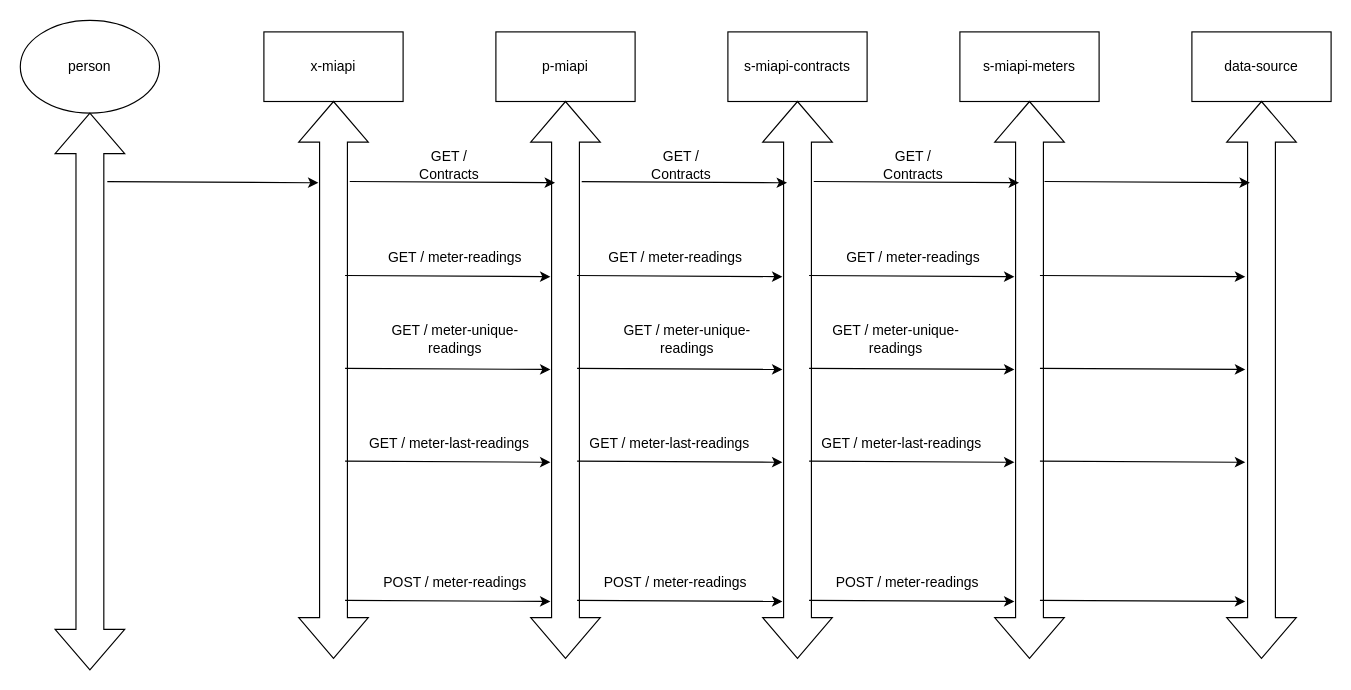
This is Untitled Diagram.drawio from lennyjuma/demo, a draw.io file, before an edit. Source tidied: cells renumbered, new cells numbered last; positions are measured from the earlier drawing's top-left corner, leaving out a move shared by most shapes. Both pictures are drawn from the tidied source at 116%, with x=0, y=0 at pixel (-189, 20).
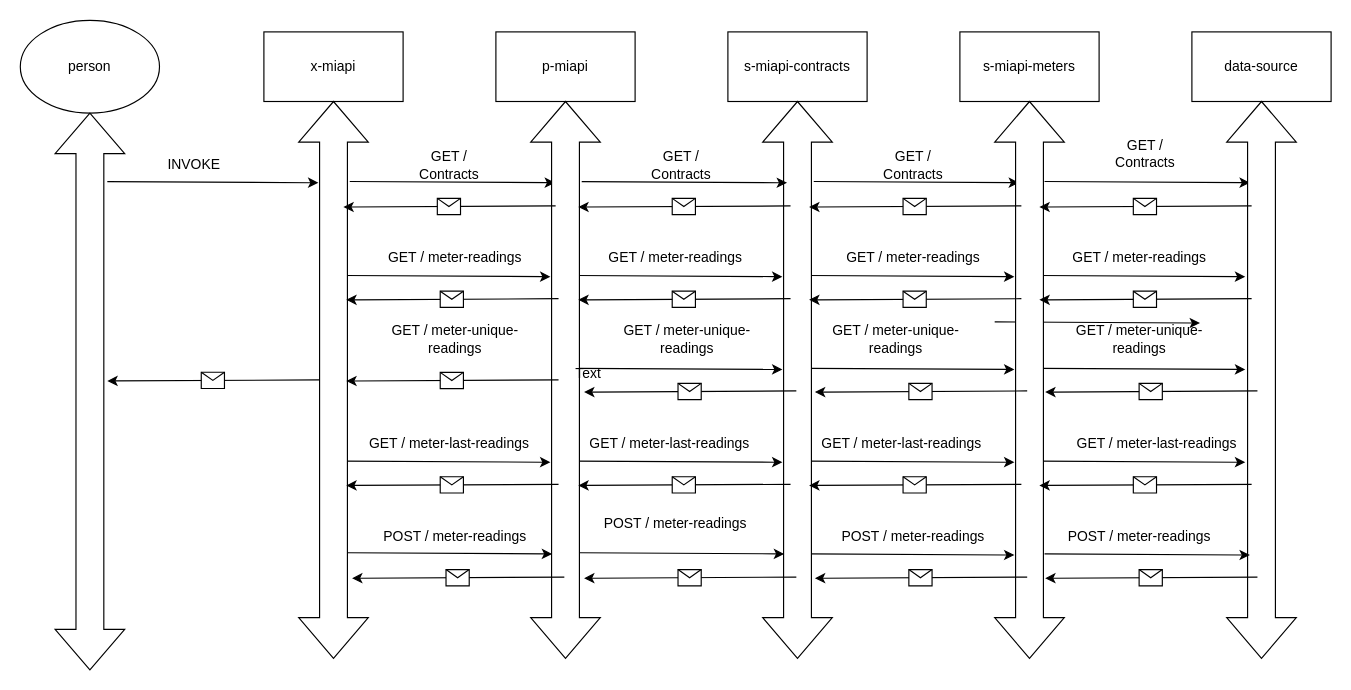
The same diagram, later.

Change to the diagram source:
```diff
@@
-    <mxCell id="5" style="html=1;shadow=0;dashed=0;align=center;verticalAlign=middle;shape=mxgraph.arrows2.twoWayArrow;dy=0.6;dx=35;rotation=-90;" parent="1" vertex="1">
-      <mxGeometry x="210" y="280" width="480" height="60" as="geometry" />
-    </mxCell>
-    <mxCell id="6" style="html=1;shadow=0;dashed=0;align=center;verticalAlign=middle;shape=mxgraph.arrows2.twoWayArrow;dy=0.6;dx=35;rotation=-90;" parent="1" vertex="1">
-      <mxGeometry y="290" width="480" height="60" as="geometry" />
-    </mxCell>
@@
-    <mxCell id="8" style="html=1;shadow=0;dashed=0;align=center;verticalAlign=middle;shape=mxgraph.arrows2.twoWayArrow;dy=0.6;dx=35;rotation=-90;" parent="1" vertex="1">
-      <mxGeometry x="810" y="280" width="480" height="60" as="geometry" />
-    </mxCell>
@@
-    <mxCell id="10" style="html=1;shadow=0;dashed=0;align=center;verticalAlign=middle;shape=mxgraph.arrows2.twoWayArrow;dy=0.6;dx=35;rotation=-90;" parent="1" vertex="1">
-      <mxGeometry x="610" y="280" width="480" height="60" as="geometry" />
-    </mxCell>
@@
-    <mxCell id="12" style="html=1;shadow=0;dashed=0;align=center;verticalAlign=middle;shape=mxgraph.arrows2.twoWayArrow;dy=0.6;dx=35;rotation=-90;" parent="1" vertex="1">
-      <mxGeometry x="410" y="280" width="480" height="60" as="geometry" />
-    </mxCell>
-    <mxCell id="13" style="html=1;shadow=0;dashed=0;align=center;verticalAlign=middle;shape=mxgraph.arrows2.twoWayArrow;dy=0.6;dx=35;rotation=-90;" parent="1" vertex="1">
-      <mxGeometry x="1010" y="280" width="480" height="60" as="geometry" />
-    </mxCell>
-    <mxCell id="14" style="endArrow=classic;html=1;rounded=0;exitX=0.877;exitY=0.75;exitDx=0;exitDy=0;exitPerimeter=0;entryX=0.854;entryY=0.283;entryDx=0;entryDy=0;entryPerimeter=0;" parent="1" edge="1" source="6" target="5">
-      <mxGeometry relative="1" as="geometry" />
-    </mxCell>
-    <mxCell id="15" style="endArrow=classic;html=1;rounded=0;entryX=0.854;entryY=0.35;entryDx=0;entryDy=0;entryPerimeter=0;exitX=0.856;exitY=0.733;exitDx=0;exitDy=0;exitPerimeter=0;" parent="1" edge="1" source="12" target="10">
-      <mxGeometry relative="1" as="geometry" />
-    </mxCell>
     <mxCell id="16" style="endArrow=classic;html=1;rounded=0;entryX=0.854;entryY=0.35;entryDx=0;entryDy=0;entryPerimeter=0;exitX=0.856;exitY=0.733;exitDx=0;exitDy=0;exitPerimeter=0;" parent="1" edge="1">
       <mxGeometry relative="1" as="geometry">
-        <mxPoint x="660" y="500" as="sourcePoint" />
-        <mxPoint x="837" y="501" as="targetPoint" />
+        <mxPoint x="661.5" y="459" as="sourcePoint" />
+        <mxPoint x="838.5" y="460" as="targetPoint" />
       </mxGeometry>
     </mxCell>
@@
     <mxCell id="21" style="endArrow=classic;html=1;rounded=0;entryX=0.854;entryY=0.35;entryDx=0;entryDy=0;entryPerimeter=0;exitX=0.856;exitY=0.733;exitDx=0;exitDy=0;exitPerimeter=0;" parent="1" edge="1">
       <mxGeometry relative="1" as="geometry">
-        <mxPoint x="860" y="500" as="sourcePoint" />
-        <mxPoint x="1037" y="501" as="targetPoint" />
+        <mxPoint x="860" y="460" as="sourcePoint" />
+        <mxPoint x="1037" y="461" as="targetPoint" />
       </mxGeometry>
     </mxCell>
@@
-    <mxCell id="26" style="endArrow=classic;html=1;rounded=0;entryX=0.854;entryY=0.35;entryDx=0;entryDy=0;entryPerimeter=0;exitX=0.856;exitY=0.733;exitDx=0;exitDy=0;exitPerimeter=0;" parent="1" edge="1">
-      <mxGeometry relative="1" as="geometry">
-        <mxPoint x="1059" y="500" as="sourcePoint" />
-        <mxPoint x="1236" y="501" as="targetPoint" />
-      </mxGeometry>
-    </mxCell>
@@
     <mxCell id="31" style="endArrow=classic;html=1;rounded=0;entryX=0.854;entryY=0.35;entryDx=0;entryDy=0;entryPerimeter=0;exitX=0.856;exitY=0.733;exitDx=0;exitDy=0;exitPerimeter=0;" parent="1" edge="1">
       <mxGeometry relative="1" as="geometry">
-        <mxPoint x="460" y="500" as="sourcePoint" />
-        <mxPoint x="637" y="501" as="targetPoint" />
+        <mxPoint x="461.5" y="459" as="sourcePoint" />
+        <mxPoint x="638.5" y="460" as="targetPoint" />
       </mxGeometry>
     </mxCell>
@@
     <mxCell id="33" style="endArrow=classic;html=1;rounded=0;entryX=0.854;entryY=0.35;entryDx=0;entryDy=0;entryPerimeter=0;exitX=0.856;exitY=0.733;exitDx=0;exitDy=0;exitPerimeter=0;" parent="1" edge="1">
       <mxGeometry relative="1" as="geometry">
-        <mxPoint x="460" y="300" as="sourcePoint" />
-        <mxPoint x="637" y="301" as="targetPoint" />
+        <mxPoint x="1020" y="260" as="sourcePoint" />
+        <mxPoint x="1197" y="261" as="targetPoint" />
       </mxGeometry>
     </mxCell>
@@
     <mxCell id="41" value="POST / meter-readings" style="text;html=1;strokeColor=none;fillColor=none;align=center;verticalAlign=middle;whiteSpace=wrap;rounded=0;" parent="1" vertex="1">
-      <mxGeometry x="490" y="470" width="130" height="30" as="geometry" />
+      <mxGeometry x="490" y="430" width="130" height="30" as="geometry" />
     </mxCell>
@@
     <mxCell id="48" value="POST / meter-readings" style="text;html=1;strokeColor=none;fillColor=none;align=center;verticalAlign=middle;whiteSpace=wrap;rounded=0;" parent="1" vertex="1">
-      <mxGeometry x="880" y="470" width="130" height="30" as="geometry" />
+      <mxGeometry x="885" y="430" width="130" height="30" as="geometry" />
     </mxCell>
     <mxCell id="49" value="POST / meter-readings" style="text;html=1;strokeColor=none;fillColor=none;align=center;verticalAlign=middle;whiteSpace=wrap;rounded=0;" parent="1" vertex="1">
-      <mxGeometry x="680" y="470" width="130" height="30" as="geometry" />
+      <mxGeometry x="680" y="419" width="130" height="30" as="geometry" />
     </mxCell>
+    <mxCell id="50" value="GET / Contracts" style="text;html=1;strokeColor=none;fillColor=none;align=center;verticalAlign=middle;whiteSpace=wrap;rounded=0;" parent="1" vertex="1">
+      <mxGeometry x="1120" y="100" width="60" height="30" as="geometry" />
+    </mxCell>
+    <mxCell id="51" value="GET / meter-readings" style="text;html=1;strokeColor=none;fillColor=none;align=center;verticalAlign=middle;whiteSpace=wrap;rounded=0;" parent="1" vertex="1">
+      <mxGeometry x="1080" y="190" width="130" height="30" as="geometry" />
+    </mxCell>
+    <mxCell id="52" value="GET / meter-unique-readings" style="text;html=1;strokeColor=none;fillColor=none;align=center;verticalAlign=middle;whiteSpace=wrap;rounded=0;" parent="1" vertex="1">
+      <mxGeometry x="1070" y="260" width="150" height="30" as="geometry" />
+    </mxCell>
+    <mxCell id="53" value="GET / meter-last-readings" style="text;html=1;strokeColor=none;fillColor=none;align=center;verticalAlign=middle;whiteSpace=wrap;rounded=0;" parent="1" vertex="1">
+      <mxGeometry x="1090" y="350" width="140" height="30" as="geometry" />
+    </mxCell>
+    <mxCell id="54" value="POST / meter-readings" style="text;html=1;strokeColor=none;fillColor=none;align=center;verticalAlign=middle;whiteSpace=wrap;rounded=0;" parent="1" vertex="1">
+      <mxGeometry x="1080" y="430" width="130" height="30" as="geometry" />
+    </mxCell>
+    <mxCell id="5" style="html=1;shadow=0;dashed=0;align=center;verticalAlign=middle;shape=mxgraph.arrows2.twoWayArrow;dy=0.6;dx=35;rotation=-90;" parent="1" vertex="1">
+      <mxGeometry x="210" y="280" width="480" height="60" as="geometry" />
+    </mxCell>
+    <mxCell id="6" style="html=1;shadow=0;dashed=0;align=center;verticalAlign=middle;shape=mxgraph.arrows2.twoWayArrow;dy=0.6;dx=35;rotation=-90;" parent="1" vertex="1">
+      <mxGeometry y="290" width="480" height="60" as="geometry" />
+    </mxCell>
+    <mxCell id="8" style="html=1;shadow=0;dashed=0;align=center;verticalAlign=middle;shape=mxgraph.arrows2.twoWayArrow;dy=0.6;dx=35;rotation=-90;" parent="1" vertex="1">
+      <mxGeometry x="810" y="280" width="480" height="60" as="geometry" />
+    </mxCell>
+    <mxCell id="10" style="html=1;shadow=0;dashed=0;align=center;verticalAlign=middle;shape=mxgraph.arrows2.twoWayArrow;dy=0.6;dx=35;rotation=-90;" parent="1" vertex="1">
+      <mxGeometry x="610" y="280" width="480" height="60" as="geometry" />
+    </mxCell>
+    <mxCell id="12" style="html=1;shadow=0;dashed=0;align=center;verticalAlign=middle;shape=mxgraph.arrows2.twoWayArrow;dy=0.6;dx=35;rotation=-90;" parent="1" vertex="1">
+      <mxGeometry x="410" y="280" width="480" height="60" as="geometry" />
+    </mxCell>
+    <mxCell id="13" style="html=1;shadow=0;dashed=0;align=center;verticalAlign=middle;shape=mxgraph.arrows2.twoWayArrow;dy=0.6;dx=35;rotation=-90;" parent="1" vertex="1">
+      <mxGeometry x="1010" y="280" width="480" height="60" as="geometry" />
+    </mxCell>
+    <mxCell id="14" style="endArrow=classic;html=1;rounded=0;exitX=0.877;exitY=0.75;exitDx=0;exitDy=0;exitPerimeter=0;entryX=0.854;entryY=0.283;entryDx=0;entryDy=0;entryPerimeter=0;" parent="1" edge="1" source="6" target="5">
+      <mxGeometry relative="1" as="geometry" />
+    </mxCell>
+    <mxCell id="55" style="endArrow=classic;html=1;rounded=0;exitX=0.5;exitY=0;exitDx=0;exitDy=18;exitPerimeter=0;entryX=0.519;entryY=0.75;entryDx=0;entryDy=0;entryPerimeter=0;" parent="1" edge="1" source="5" target="6">
+      <mxGeometry relative="1" as="geometry" />
+    </mxCell>
+    <mxCell id="56" style="shape=message;html=1;" parent="55" vertex="1">
+      <mxGeometry width="20" height="14" relative="1" as="geometry">
+        <mxPoint x="-10" y="-7" as="offset" />
+      </mxGeometry>
+    </mxCell>
+    <mxCell id="15" style="endArrow=classic;html=1;rounded=0;entryX=0.854;entryY=0.35;entryDx=0;entryDy=0;entryPerimeter=0;exitX=0.856;exitY=0.733;exitDx=0;exitDy=0;exitPerimeter=0;" parent="1" edge="1" source="12" target="10">
+      <mxGeometry relative="1" as="geometry" />
+    </mxCell>
+    <mxCell id="57" style="group;" parent="1" vertex="1">
+      <mxGeometry x="860" y="160" width="188" height="321" as="geometry" />
+    </mxCell>
+    <mxCell id="58" style="endArrow=classic;html=1;rounded=0;exitX=0.5;exitY=0;exitDx=0;exitDy=18;exitPerimeter=0;entryX=0.519;entryY=0.75;entryDx=0;entryDy=0;entryPerimeter=0;" parent="57" edge="1">
+      <mxGeometry relative="1" as="geometry">
+        <mxPoint x="183" as="sourcePoint" />
+        <mxPoint y="1" as="targetPoint" />
+      </mxGeometry>
+    </mxCell>
+    <mxCell id="59" style="shape=message;html=1;" parent="58" vertex="1">
+      <mxGeometry width="20" height="14" relative="1" as="geometry">
+        <mxPoint x="-10" y="-7" as="offset" />
+      </mxGeometry>
+    </mxCell>
+    <mxCell id="60" style="endArrow=classic;html=1;rounded=0;exitX=0.5;exitY=0;exitDx=0;exitDy=18;exitPerimeter=0;entryX=0.519;entryY=0.75;entryDx=0;entryDy=0;entryPerimeter=0;" parent="57" edge="1">
+      <mxGeometry relative="1" as="geometry">
+        <mxPoint x="183" y="80" as="sourcePoint" />
+        <mxPoint y="81" as="targetPoint" />
+      </mxGeometry>
+    </mxCell>
+    <mxCell id="61" style="shape=message;html=1;" parent="60" vertex="1">
+      <mxGeometry width="20" height="14" relative="1" as="geometry">
+        <mxPoint x="-10" y="-7" as="offset" />
+      </mxGeometry>
+    </mxCell>
+    <mxCell id="62" style="endArrow=classic;html=1;rounded=0;exitX=0.5;exitY=0;exitDx=0;exitDy=18;exitPerimeter=0;entryX=0.519;entryY=0.75;entryDx=0;entryDy=0;entryPerimeter=0;" parent="57" edge="1">
+      <mxGeometry relative="1" as="geometry">
+        <mxPoint x="183" y="240" as="sourcePoint" />
+        <mxPoint y="241" as="targetPoint" />
+      </mxGeometry>
+    </mxCell>
+    <mxCell id="63" style="shape=message;html=1;" parent="62" vertex="1">
+      <mxGeometry width="20" height="14" relative="1" as="geometry">
+        <mxPoint x="-10" y="-7" as="offset" />
+      </mxGeometry>
+    </mxCell>
+    <mxCell id="64" style="endArrow=classic;html=1;rounded=0;exitX=0.5;exitY=0;exitDx=0;exitDy=18;exitPerimeter=0;entryX=0.519;entryY=0.75;entryDx=0;entryDy=0;entryPerimeter=0;" parent="57" edge="1">
+      <mxGeometry relative="1" as="geometry">
+        <mxPoint x="188" y="159.5" as="sourcePoint" />
+        <mxPoint x="5" y="160.5" as="targetPoint" />
+      </mxGeometry>
+    </mxCell>
+    <mxCell id="65" style="shape=message;html=1;" parent="64" vertex="1">
+      <mxGeometry width="20" height="14" relative="1" as="geometry">
+        <mxPoint x="-10" y="-7" as="offset" />
+      </mxGeometry>
+    </mxCell>
+    <mxCell id="66" style="endArrow=classic;html=1;rounded=0;exitX=0.5;exitY=0;exitDx=0;exitDy=18;exitPerimeter=0;entryX=0.519;entryY=0.75;entryDx=0;entryDy=0;entryPerimeter=0;" parent="57" edge="1">
+      <mxGeometry relative="1" as="geometry">
+        <mxPoint x="188" y="320" as="sourcePoint" />
+        <mxPoint x="5" y="321" as="targetPoint" />
+      </mxGeometry>
+    </mxCell>
+    <mxCell id="67" style="shape=message;html=1;" parent="66" vertex="1">
+      <mxGeometry width="20" height="14" relative="1" as="geometry">
+        <mxPoint x="-10" y="-7" as="offset" />
+      </mxGeometry>
+    </mxCell>
+    <mxCell id="68" style="group;" parent="1" vertex="1">
+      <mxGeometry x="661" y="160" width="188" height="321" as="geometry" />
+    </mxCell>
+    <mxCell id="69" style="endArrow=classic;html=1;rounded=0;exitX=0.5;exitY=0;exitDx=0;exitDy=18;exitPerimeter=0;entryX=0.519;entryY=0.75;entryDx=0;entryDy=0;entryPerimeter=0;" parent="68" edge="1">
+      <mxGeometry relative="1" as="geometry">
+        <mxPoint x="183" as="sourcePoint" />
+        <mxPoint y="1" as="targetPoint" />
+      </mxGeometry>
+    </mxCell>
+    <mxCell id="70" style="shape=message;html=1;" parent="69" vertex="1">
+      <mxGeometry width="20" height="14" relative="1" as="geometry">
+        <mxPoint x="-10" y="-7" as="offset" />
+      </mxGeometry>
+    </mxCell>
+    <mxCell id="71" style="endArrow=classic;html=1;rounded=0;exitX=0.5;exitY=0;exitDx=0;exitDy=18;exitPerimeter=0;entryX=0.519;entryY=0.75;entryDx=0;entryDy=0;entryPerimeter=0;" parent="68" edge="1">
+      <mxGeometry relative="1" as="geometry">
+        <mxPoint x="183" y="80" as="sourcePoint" />
+        <mxPoint y="81" as="targetPoint" />
+      </mxGeometry>
+    </mxCell>
+    <mxCell id="72" style="shape=message;html=1;" parent="71" vertex="1">
+      <mxGeometry width="20" height="14" relative="1" as="geometry">
+        <mxPoint x="-10" y="-7" as="offset" />
+      </mxGeometry>
+    </mxCell>
+    <mxCell id="73" style="endArrow=classic;html=1;rounded=0;exitX=0.5;exitY=0;exitDx=0;exitDy=18;exitPerimeter=0;entryX=0.519;entryY=0.75;entryDx=0;entryDy=0;entryPerimeter=0;" parent="68" edge="1">
+      <mxGeometry relative="1" as="geometry">
+        <mxPoint x="183" y="240" as="sourcePoint" />
+        <mxPoint y="241" as="targetPoint" />
+      </mxGeometry>
+    </mxCell>
+    <mxCell id="74" style="shape=message;html=1;" parent="73" vertex="1">
+      <mxGeometry width="20" height="14" relative="1" as="geometry">
+        <mxPoint x="-10" y="-7" as="offset" />
+      </mxGeometry>
+    </mxCell>
+    <mxCell id="75" style="endArrow=classic;html=1;rounded=0;exitX=0.5;exitY=0;exitDx=0;exitDy=18;exitPerimeter=0;entryX=0.519;entryY=0.75;entryDx=0;entryDy=0;entryPerimeter=0;" parent="68" edge="1">
+      <mxGeometry relative="1" as="geometry">
+        <mxPoint x="188" y="159.5" as="sourcePoint" />
+        <mxPoint x="5" y="160.5" as="targetPoint" />
+      </mxGeometry>
+    </mxCell>
+    <mxCell id="76" style="shape=message;html=1;" parent="75" vertex="1">
+      <mxGeometry width="20" height="14" relative="1" as="geometry">
+        <mxPoint x="-10" y="-7" as="offset" />
+      </mxGeometry>
+    </mxCell>
+    <mxCell id="77" style="endArrow=classic;html=1;rounded=0;exitX=0.5;exitY=0;exitDx=0;exitDy=18;exitPerimeter=0;entryX=0.519;entryY=0.75;entryDx=0;entryDy=0;entryPerimeter=0;" parent="68" edge="1">
+      <mxGeometry relative="1" as="geometry">
+        <mxPoint x="188" y="320" as="sourcePoint" />
+        <mxPoint x="5" y="321" as="targetPoint" />
+      </mxGeometry>
+    </mxCell>
+    <mxCell id="78" style="shape=message;html=1;" parent="77" vertex="1">
+      <mxGeometry width="20" height="14" relative="1" as="geometry">
+        <mxPoint x="-10" y="-7" as="offset" />
+      </mxGeometry>
+    </mxCell>
+    <mxCell id="79" style="group;" parent="1" vertex="1">
+      <mxGeometry x="461" y="160" width="188" height="321" as="geometry" />
+    </mxCell>
+    <mxCell id="80" style="endArrow=classic;html=1;rounded=0;exitX=0.5;exitY=0;exitDx=0;exitDy=18;exitPerimeter=0;entryX=0.519;entryY=0.75;entryDx=0;entryDy=0;entryPerimeter=0;" parent="79" edge="1">
+      <mxGeometry relative="1" as="geometry">
+        <mxPoint x="183" y="80" as="sourcePoint" />
+        <mxPoint y="81" as="targetPoint" />
+      </mxGeometry>
+    </mxCell>
+    <mxCell id="81" style="shape=message;html=1;" parent="80" vertex="1">
+      <mxGeometry width="20" height="14" relative="1" as="geometry">
+        <mxPoint x="-10" y="-7" as="offset" />
+      </mxGeometry>
+    </mxCell>
+    <mxCell id="82" style="endArrow=classic;html=1;rounded=0;exitX=0.5;exitY=0;exitDx=0;exitDy=18;exitPerimeter=0;entryX=0.519;entryY=0.75;entryDx=0;entryDy=0;entryPerimeter=0;" parent="79" edge="1">
+      <mxGeometry relative="1" as="geometry">
+        <mxPoint x="183" y="240" as="sourcePoint" />
+        <mxPoint y="241" as="targetPoint" />
+      </mxGeometry>
+    </mxCell>
+    <mxCell id="83" style="shape=message;html=1;" parent="82" vertex="1">
+      <mxGeometry width="20" height="14" relative="1" as="geometry">
+        <mxPoint x="-10" y="-7" as="offset" />
+      </mxGeometry>
+    </mxCell>
+    <mxCell id="84" style="endArrow=classic;html=1;rounded=0;exitX=0.5;exitY=0;exitDx=0;exitDy=18;exitPerimeter=0;entryX=0.519;entryY=0.75;entryDx=0;entryDy=0;entryPerimeter=0;" parent="79" edge="1">
+      <mxGeometry relative="1" as="geometry">
+        <mxPoint x="183" y="150" as="sourcePoint" />
+        <mxPoint y="151" as="targetPoint" />
+      </mxGeometry>
+    </mxCell>
+    <mxCell id="85" style="shape=message;html=1;" parent="84" vertex="1">
+      <mxGeometry width="20" height="14" relative="1" as="geometry">
+        <mxPoint x="-10" y="-7" as="offset" />
+      </mxGeometry>
+    </mxCell>
+    <mxCell id="86" style="endArrow=classic;html=1;rounded=0;exitX=0.5;exitY=0;exitDx=0;exitDy=18;exitPerimeter=0;entryX=0.519;entryY=0.75;entryDx=0;entryDy=0;entryPerimeter=0;" parent="79" edge="1">
+      <mxGeometry relative="1" as="geometry">
+        <mxPoint x="188" y="320" as="sourcePoint" />
+        <mxPoint x="5" y="321" as="targetPoint" />
+      </mxGeometry>
+    </mxCell>
+    <mxCell id="87" style="shape=message;html=1;" parent="86" vertex="1">
+      <mxGeometry width="20" height="14" relative="1" as="geometry">
+        <mxPoint x="-10" y="-7" as="offset" />
+      </mxGeometry>
+    </mxCell>
+    <mxCell id="88" style="group;" parent="1" vertex="1">
+      <mxGeometry x="1058.5" y="160" width="188" height="321" as="geometry" />
+    </mxCell>
+    <mxCell id="89" style="endArrow=classic;html=1;rounded=0;exitX=0.5;exitY=0;exitDx=0;exitDy=18;exitPerimeter=0;entryX=0.519;entryY=0.75;entryDx=0;entryDy=0;entryPerimeter=0;" parent="88" edge="1">
+      <mxGeometry relative="1" as="geometry">
+        <mxPoint x="183" as="sourcePoint" />
+        <mxPoint y="1" as="targetPoint" />
+      </mxGeometry>
+    </mxCell>
+    <mxCell id="90" style="shape=message;html=1;" parent="89" vertex="1">
+      <mxGeometry width="20" height="14" relative="1" as="geometry">
+        <mxPoint x="-10" y="-7" as="offset" />
+      </mxGeometry>
+    </mxCell>
+    <mxCell id="91" style="endArrow=classic;html=1;rounded=0;exitX=0.5;exitY=0;exitDx=0;exitDy=18;exitPerimeter=0;entryX=0.519;entryY=0.75;entryDx=0;entryDy=0;entryPerimeter=0;" parent="88" edge="1">
+      <mxGeometry relative="1" as="geometry">
+        <mxPoint x="183" y="80" as="sourcePoint" />
+        <mxPoint y="81" as="targetPoint" />
+      </mxGeometry>
+    </mxCell>
+    <mxCell id="92" style="shape=message;html=1;" parent="91" vertex="1">
+      <mxGeometry width="20" height="14" relative="1" as="geometry">
+        <mxPoint x="-10" y="-7" as="offset" />
+      </mxGeometry>
+    </mxCell>
+    <mxCell id="93" style="endArrow=classic;html=1;rounded=0;exitX=0.5;exitY=0;exitDx=0;exitDy=18;exitPerimeter=0;entryX=0.519;entryY=0.75;entryDx=0;entryDy=0;entryPerimeter=0;" parent="88" edge="1">
+      <mxGeometry relative="1" as="geometry">
+        <mxPoint x="183" y="240" as="sourcePoint" />
+        <mxPoint y="241" as="targetPoint" />
+      </mxGeometry>
+    </mxCell>
+    <mxCell id="94" style="shape=message;html=1;" parent="93" vertex="1">
+      <mxGeometry width="20" height="14" relative="1" as="geometry">
+        <mxPoint x="-10" y="-7" as="offset" />
+      </mxGeometry>
+    </mxCell>
+    <mxCell id="95" style="endArrow=classic;html=1;rounded=0;exitX=0.5;exitY=0;exitDx=0;exitDy=18;exitPerimeter=0;entryX=0.519;entryY=0.75;entryDx=0;entryDy=0;entryPerimeter=0;" parent="88" edge="1">
+      <mxGeometry relative="1" as="geometry">
+        <mxPoint x="188" y="159.5" as="sourcePoint" />
+        <mxPoint x="5" y="160.5" as="targetPoint" />
+      </mxGeometry>
+    </mxCell>
+    <mxCell id="96" style="shape=message;html=1;" parent="95" vertex="1">
+      <mxGeometry width="20" height="14" relative="1" as="geometry">
+        <mxPoint x="-10" y="-7" as="offset" />
+      </mxGeometry>
+    </mxCell>
+    <mxCell id="97" style="endArrow=classic;html=1;rounded=0;exitX=0.5;exitY=0;exitDx=0;exitDy=18;exitPerimeter=0;entryX=0.519;entryY=0.75;entryDx=0;entryDy=0;entryPerimeter=0;" parent="88" edge="1">
+      <mxGeometry relative="1" as="geometry">
+        <mxPoint x="188" y="320" as="sourcePoint" />
+        <mxPoint x="5" y="321" as="targetPoint" />
+      </mxGeometry>
+    </mxCell>
+    <mxCell id="98" style="shape=message;html=1;" parent="97" vertex="1">
+      <mxGeometry width="20" height="14" relative="1" as="geometry">
+        <mxPoint x="-10" y="-7" as="offset" />
+      </mxGeometry>
+    </mxCell>
+    <mxCell id="26" style="endArrow=classic;html=1;rounded=0;entryX=0.854;entryY=0.35;entryDx=0;entryDy=0;entryPerimeter=0;exitX=0.856;exitY=0.733;exitDx=0;exitDy=0;exitPerimeter=0;" parent="88" edge="1">
+      <mxGeometry relative="1" as="geometry">
+        <mxPoint x="4.5" y="300" as="sourcePoint" />
+        <mxPoint x="181.5" y="301" as="targetPoint" />
+      </mxGeometry>
+    </mxCell>
+    <mxCell id="99" style="endArrow=classic;html=1;rounded=0;exitX=0.5;exitY=0;exitDx=0;exitDy=18;exitPerimeter=0;entryX=0.519;entryY=0.75;entryDx=0;entryDy=0;entryPerimeter=0;" parent="1" edge="1">
+      <mxGeometry relative="1" as="geometry">
+        <mxPoint x="641.5" y="160" as="sourcePoint" />
+        <mxPoint x="458.5" y="161" as="targetPoint" />
+      </mxGeometry>
+    </mxCell>
+    <mxCell id="100" style="shape=message;html=1;" parent="99" vertex="1">
+      <mxGeometry width="20" height="14" relative="1" as="geometry">
+        <mxPoint x="-10" y="-7" as="offset" />
+      </mxGeometry>
+    </mxCell>
+    <mxCell id="101" value="Text" style="text;html=1;strokeColor=none;fillColor=none;align=center;verticalAlign=middle;whiteSpace=wrap;rounded=0;" parent="1" vertex="1">
+      <mxGeometry x="640" y="290" width="60" height="30" as="geometry" />
+    </mxCell>
+    <mxCell id="102" value="INVOKE" style="text;html=1;strokeColor=none;fillColor=none;align=center;verticalAlign=middle;whiteSpace=wrap;rounded=0;" parent="1" vertex="1">
+      <mxGeometry x="300" y="110" width="60" height="30" as="geometry" />
+    </mxCell>
```
